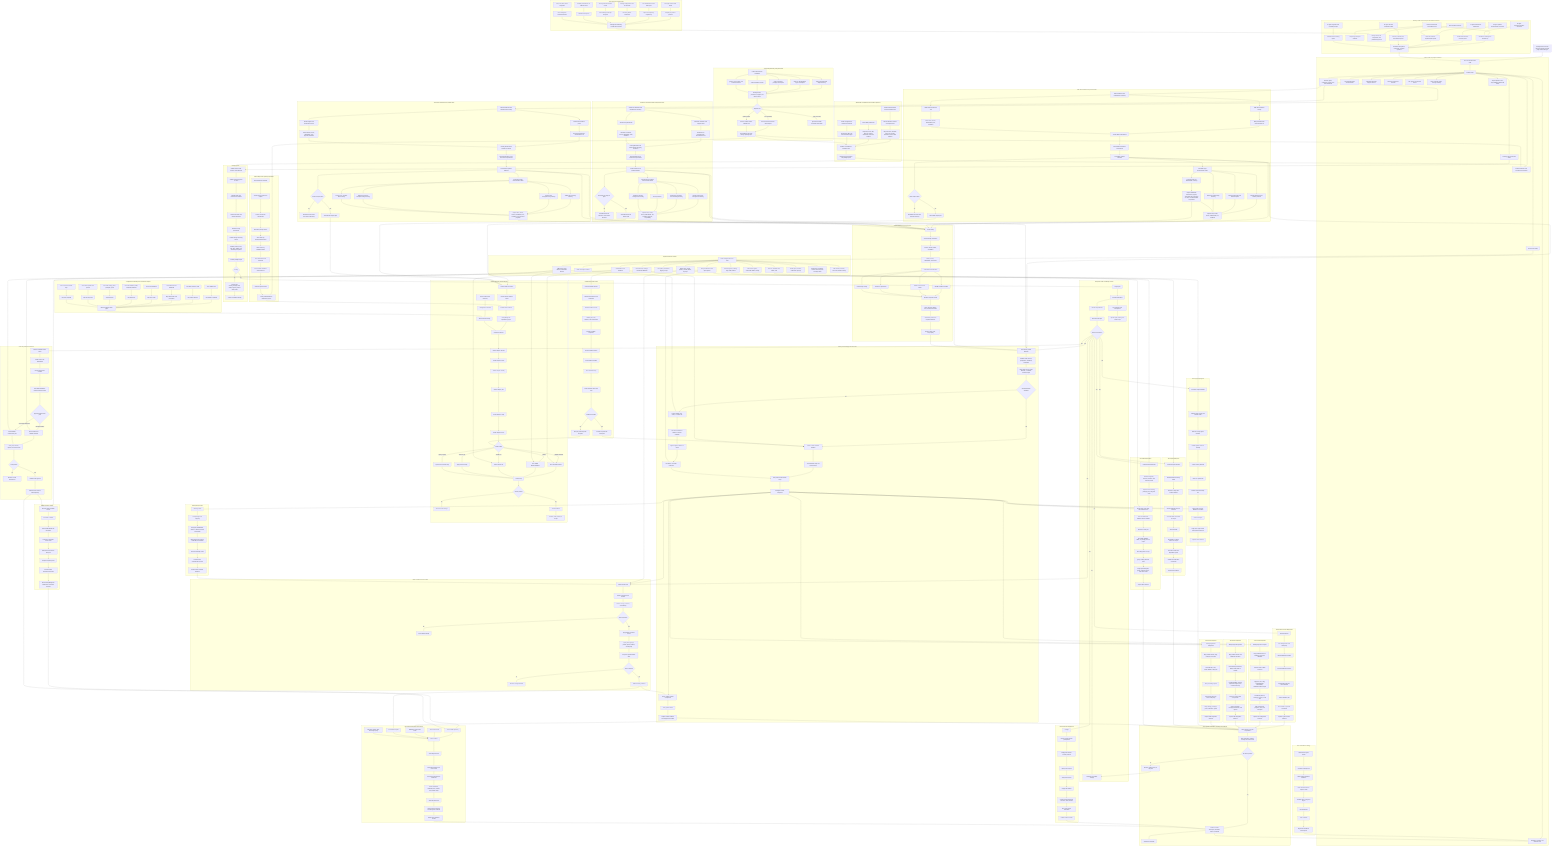
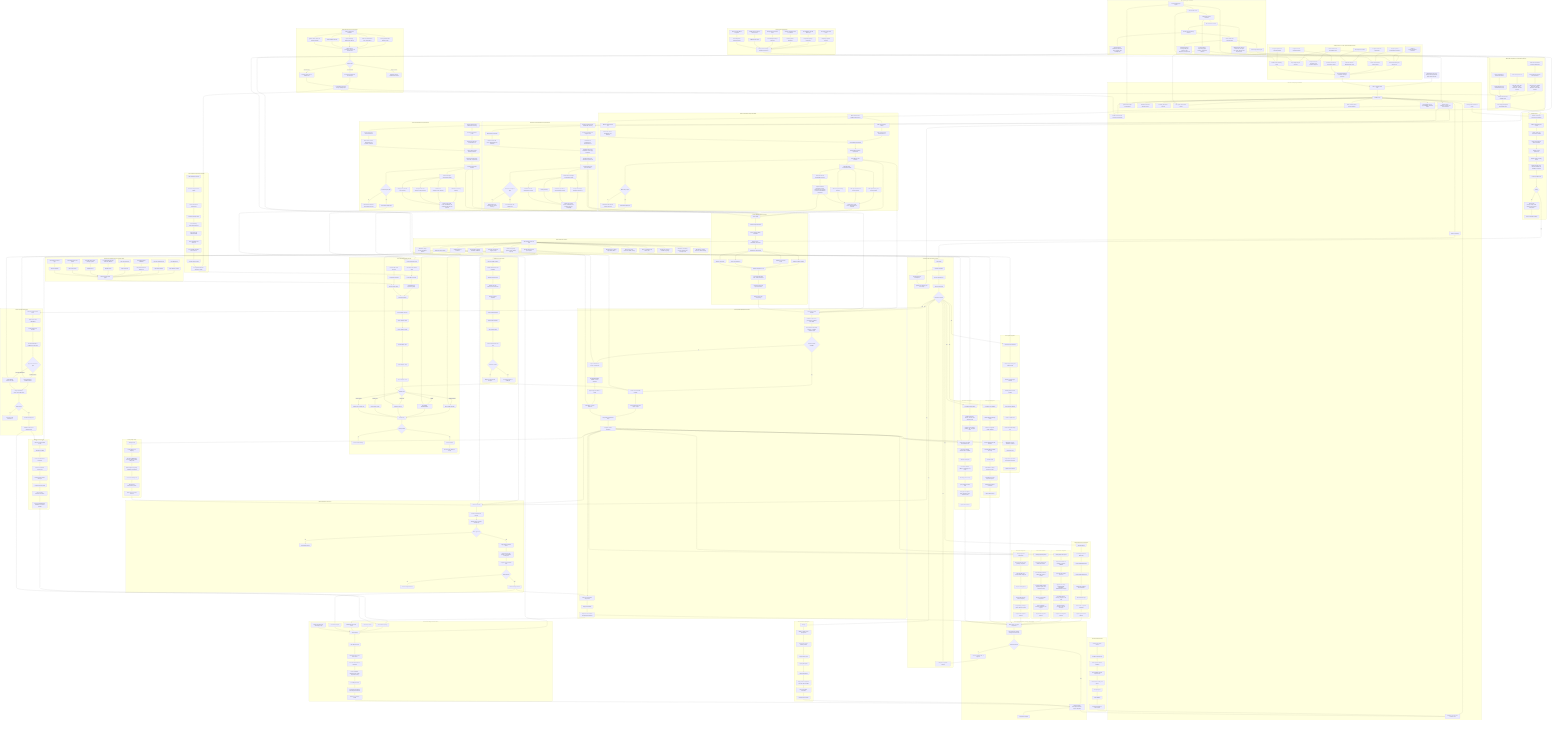
flowchart TD
    START["Management scale view<br/>z/OS provisioning and third-party software lifecycle"] --> CN["Linux or macOS control node"]

    subgraph WORKFORCE["Delivery model: one owner plus AI-assisted execution"]
        OWNER["Human architect and accountable owner"] --> BACKLOG["Architecture backlog and decision log"]
        OWNER --> PRIORITY["Scope triage and pilot selection"]
        OWNER --> REVIEW["Design review, risk acceptance, and production approval"]
        AG1["AI agent: repo/documentation maintainer"] --> BACKLOG
        AG2["AI agent: product documentation researcher"] --> DOCQUEUE["Vendor documentation research queue"]
        AG3["AI agent: Ansible role implementer"] --> ROLEQUEUE["Role and collection implementation queue"]
        AG4["AI agent: test and verification builder"] --> TESTQUEUE["Scenario, molecule, lint, and evidence queue"]
        AG5["AI agent: migration and unwinding analyst"] --> UNWINDQUEUE["Installed-state unwinding queue"]
        COPILOT["IDE completion assistant"] --> ROLEQUEUE
        BACKLOG --> DECISIONS["Recorded assumptions, constraints, and open questions"]
        DOCQUEUE --> DECISIONS
        ROLEQUEUE --> DECISIONS
        TESTQUEUE --> DECISIONS
        UNWINDQUEUE --> DECISIONS
    end

    subgraph CONTROL["Control node and project foundation"]
        CN --> AP["Ansible project"]
        AP --> INV["Inventory and environment model"]
        AP --> ROLES["Shared role catalog"]
        AP --> DATA["Product, region, subsystem, security, and clone definitions"]
        AP --> REPORT["Validation, reporting, and evidence roles"]
        AP --> DOCS["Synchronized design documentation"]
        AP --> DIAGS["Standalone Mermaid diagram sources"]
        AP --> GIT["Git history with atomic commits"]
        AP --> CI["Lint, syntax, and scenario checks"]
        AP --> SECRETS["Vault, credential, token, and key handling"]
        AP --> COLLECTIONS["Ansible collections and execution environments"]
        AP --> TEMPLATES["Jinja templates for JCL, SQL, PARMLIB, PROCLIB, RACF"]
+     end
+ 
+     subgraph GAPS["Top-to-bottom gap remediation"]
+         GAP1["Cross-document gap register"] --> GAP2["Pilot selection record"]
+         GAP2 --> GAP3["Artifact and schema foundation"]
+         GAP3 --> GAP4["IBM automation contract"]
+         GAP4 --> GAP5["Security and clone-factory decisions"]
+         GAP5 --> GAP6["Vendor intake and unwinding plan"]
+         GAP6 --> GAP7["Pilot design readiness gate"]
+         GAP3 --> GAP8["Product definition, dependency graph, evidence, and backout schemas"]
+         GAP4 --> GAP9["z/OSMF, Ansible collection, control-node, managed-node, CICS, IMS, Db2, and MQ decisions"]
+         GAP5 --> GAP10["Security backend abstraction, RACF-first clone template, z/VM capability map"]
+         GAP6 --> GAP11["Entitlement-backed inventory, BMC pilot evidence, OSS dispositions, sidequest rule"]
    end

    subgraph IBMDOCS["IBM Ansible and platform documentation gathering"]
        ID1["Gather Red Hat Ansible Content for IBM Z docs"] --> ID2["Record collection versions and requirements"]
        ID2 --> ID3["Map z/OS Core, z/OSMF, CICS, IMS, System Automation, and Z HMC modules"]
        ID4["Gather IBM product docs"] --> ID5["Map z/OS, CICS, IMS, Db2, MQ, System Automation, and z/VM surfaces"]
        ID6["Probe unsupported or unconfirmed surfaces"] --> ID7["Classify Db2, MQ, and z/VM automation gaps"]
        ID3 --> ID8["Platform and collection capability maps"]
        ID5 --> ID8
        ID7 --> ID8
        ID8 --> ID9["Role design prerequisites and preflight inputs"]
    end

    subgraph OSSDOCS["OSS tooling discovery and governance"]
        OSS1["Collect relevant OSS candidates"] --> OSS2["Feilong and IBM z/VM adjacent tooling"]
        OSS1 --> OSS3["Zowe CLI, API Mediation Layer, and Explorer"]
        OSS1 --> OSS4["zopen community packages and Git port"]
        OSS1 --> OSS5["Galasa validation harness"]
        OSS1 --> OSS6["py3270, x3270, s3270, and emulator watchlist"]
        OSS2 --> OSS7["Classify license, provenance, support, and internal owner"]
        OSS3 --> OSS7
        OSS4 --> OSS7
        OSS5 --> OSS7
        OSS6 --> OSS7
        OSS7 --> OSS8{"Adoption lane"}
        OSS8 -- "Core candidate" --> OSS9["Pin version and mirror into internal depot"]
        OSS8 -- "Optional helper" --> OSS10["Track as control-node or validation aid"]
        OSS8 -- "Risky or unclear" --> OSS11["Quarantine outside executable automation"]
        OSS9 --> OSS12["Feed platform and clone-factory capability maps"]
        OSS10 --> OSS12
    end

    subgraph ARCH["Target architecture surfaces"]
        ROLES --> ZOS["z/OS managed node over SSH"]
        ZOS --> ZOSMF["z/OSMF APIs and workflows"]
        ZOS --> ZOAU["ZOAU and Python runtime"]
        ZOS --> JES["JES job submission and spool capture"]
        ZOS --> MVS["MVS datasets, catalogs, PROCLIB, PARMLIB"]
        ZOS --> USS["USS paths, permissions, tagging, scripts"]
        ZOS --> SMPE["SMP/E CSI, target libraries, distribution libraries"]
        ZOS --> RACF["RACF users, groups, profiles, permits, OMVS, keyrings"]
        ZOS --> CICSAPI["CICS TS, CICSPlex SM, CMCI, CSD"]
        ZOS --> IMSAPI["IMS control regions, commands, DBRC, catalog"]
        ZOS --> DB2API["Db2 subsystems, catalog, SQL, BIND, utilities"]
        ZOS --> TCPIP["TCP/IP, ports, resolver, certificates, keyrings"]
        ZOS --> AUTO["Automation, scheduling, console command, and message hooks"]
        ZOS --> STORAGE["SMS classes, volumes, ACS rules, dataset naming"]
    end

    subgraph PREFLIGHT["Preflight checks"]
        INV --> PF1["Validate control node versions and collections"]
        PF1 --> PF2["Validate SSH and Python on z/OS"]
        PF2 --> PF3["Validate ZOAU and environment variables"]
        PF3 --> PF4["Gather z/OS facts and dataset standards"]
        PF4 --> PF5["Validate security permissions"]
        PF5 --> PF6["Validate storage and HLQ access"]
        PF6 --> PF7["Validate product, CICS, IMS, Db2, SMP/E, and z/OSMF prerequisites"]
        PF7 --> PF8["Produce preflight report"]
        PF8 --> PFGATE{"Ready?"}
        PFGATE -- "No" --> PFGAP["Report gaps<br/>security, storage, SSH, ZOAU, Python, product media, APIs"]
        PFGAP --> PFFOLLOW["Create remediation backlog"]
    end

    ID9 --> PF1
    ID9 --> COLLECTIONS
    OSS12 --> ID8
    OSS12 --> COLLECTIONS
    OSS12 --> DP10
+     GAP1 --> BACKLOG
+     GAP1 --> DOCS
+     GAP2 --> PRIORITY
+     GAP7 --> IN8
+     GAP8 --> DATA
+     GAP8 --> CI
+     GAP9 --> ID8
+     GAP9 --> PF1
+     GAP10 --> CL2
+     GAP10 --> R1
+     GAP11 --> DOCQUEUE
+     GAP11 --> UNWINDQUEUE

    subgraph INTAKE["Enterprise intake and design controls"]
        PFGATE -- "Yes" --> IN1["Stage inputs"]
        IN1 --> IN2["Normalize definitions"]
        IN2 --> IN3["Resolve dependencies"]
        IN3 --> IN4["Build execution plan"]
        IN4 --> IN5{"Approval to execute?"}
        IN5 -- "No" --> IN6["Hold plan and publish findings"]
        IN2 --> IN7["Tag unknowns and assumptions"]
        IN7 --> IN8["Split into pilot, backlog, and out-of-scope"]
    end

    subgraph ZOSMFCTRL["z/OSMF-first control model"]
        ZM1["Discover z/OSMF services"] --> ZM2["Validate authentication and certificates"]
        ZM2 --> ZM3["Validate workflow service"]
        ZM3 --> ZM4["Validate jobs, files, datasets, and console APIs"]
        ZM4 --> ZM5["Register workflow templates"]
        ZM5 --> ZM6["Create workflow instance"]
        ZM6 --> ZM7["Bind workflow variables"]
        ZM7 --> ZM8["Drive workflow steps"]
        ZM8 --> ZM9["Collect workflow status and logs"]
        ZM9 --> ZM10{"Workflow reusable?"}
        ZM10 -- "Yes" --> ZM11["Promote as preferred install path"]
        ZM10 -- "No" --> ZM12["Wrap as product-specific exception"]
    end

    subgraph PRODUCTMODEL["Product definition schema pressure"]
        PD1["Vendor family"] --> PD2["Product identity and aliases"]
        PD2 --> PD3["Version, release, FMIDs, SYSMODs"]
        PD3 --> PD4["Media, service, HOLDDATA, checksums"]
        PD4 --> PD5["Install method classification"]
        PD5 --> PD6["z/OSMF workflow variables"]
        PD5 --> PD7["SMP/E zones and CSI model"]
        PD5 --> PD8["Vendor JCL parameters"]
        PD5 --> PD9["Runtime-only overlay"]
        PD6 --> PD10["Runtime integration hooks"]
        PD7 --> PD10
        PD8 --> PD10
        PD9 --> PD10
        PD10 --> PD11["CICS, IMS, Db2, RACF, USS, TCP/IP, automation"]
        PD11 --> PD12["Verification probes and expected evidence"]
        PD12 --> PD13["Backout, hold, soak, accept policy"]
    end

    subgraph BMC["BMC documentation and product intake"]
        BMC1["BMC entitlement and installed-state inventory"] --> BMC2["BMC documentation catalog"]
        BMC1 --> BMC3["BMC Product Download Tool"]
        BMC2 --> BMC4["BMC product/version documentation set"]
        BMC3 --> BMC5["BMC media, service, HOLDDATA, tools, workflows"]
        BMC4 --> BMC6["Classify BMC install method"]
        BMC5 --> BMC6
        BMC6 --> BMC7["Extract BMC automation requirements"]
        BMC7 --> BMC8["Create BMC product definition"]
        BMC8 --> BMC9{"BMC ready for pilot?"}
        BMC9 -- "No" --> BMC10["Mark BMC unknowns and continue discovery"]
        BMC9 -- "Yes" --> BMC11["Select BMC adapter pilot"]
        BMC8 --> BMC12["First BMC target documentation intake"]
        BMC12 --> BMC13["AMI Ops Monitoring and monitor products"]
        BMC12 --> BMC14["AMI Ops Automation and licensed options"]
        BMC12 --> BMC15["AMI DevX product-family inventory"]
        BMC12 --> BMC17["Control-M suite and INCONTROL inventory"]
        BMC13 --> BMC16["Capture docs, media, service, HOLDDATA, JCL, workflows"]
        BMC14 --> BMC16
        BMC15 --> BMC16
        BMC17 --> BMC18["Capture distributed orchestration, agents, Automation API, Control-M for z/OS, and INCONTROL components"]
        BMC18 --> BMC16
    end

    subgraph BROADCOM["Broadcom CA documentation and product intake"]
        CA1["Broadcom entitlement and installed-state inventory"] --> CA2["Broadcom TechDocs and Support Portal"]
        CA1 --> CA3["Broadcom My Downloads"]
        CA2 --> CA4["Broadcom CA product/version documentation set"]
        CA3 --> CA5["Broadcom CA media, service, HOLDDATA, tools, workflows"]
        CA4 --> CA6["Classify Broadcom CA install method and legacy CA aliases"]
        CA5 --> CA6
        CA6 --> CA7["Extract Broadcom CA automation requirements"]
        CA7 --> CA8["Create Broadcom CA product definition"]
        CA8 --> CA9{"Broadcom CA ready for pilot?"}
        CA9 -- "No" --> CA10["Mark Broadcom CA unknowns and continue discovery"]
        CA9 -- "Yes" --> CA11["Select Broadcom CA adapter pilot"]
        CA8 --> CA12["First Broadcom CA target documentation intake"]
        CA12 --> CA13["DevOps and change-management inventory"]
        CA12 --> CA14["Automation, operations, and scheduling inventory"]
        CA12 --> CA15["Security inventory"]
        CA12 --> CA16["Database and data-management inventory"]
        CA13 --> CA17["Capture docs, media, service, HOLDDATA, JCL, workflows, lifecycle, compatibility"]
        CA14 --> CA17
        CA15 --> CA17
        CA16 --> CA17
    end

    subgraph ROCKET["Rocket documentation and product intake"]
        RK1["Rocket entitlement and installed-state inventory"] --> RK2["Rocket documentation portal"]
        RK1 --> RK3["Rocket support and download channels"]
        RK2 --> RK4["Rocket product/version documentation set"]
        RK3 --> RK5["Rocket media, service, HOLDDATA, USS payloads, workflows"]
        RK4 --> RK6["Classify Rocket install method and aliases"]
        RK5 --> RK6
        RK6 --> RK7["Extract Rocket MVS, USS, and runtime requirements"]
        RK7 --> RK8["Create Rocket product definition"]
        RK8 --> RK9{"Rocket ready for pilot?"}
        RK9 -- "No" --> RK10["Mark Rocket unknowns and continue discovery"]
        RK9 -- "Yes" --> RK11["Select Rocket adapter pilot"]
        RK8 --> RK12["First Rocket target documentation intake"]
        RK12 --> RK13["TMON and monitoring inventory"]
        RK12 --> RK14["Mainstar and storage/recovery inventory"]
        RK12 --> RK15["Enterprise Suite and developer tooling inventory"]
        RK12 --> RK16["Change, JCL, and data tools inventory"]
        RK13 --> RK17["Capture docs, media, service, HOLDDATA, JCL, workflows, USS and Java payloads"]
        RK14 --> RK17
        RK15 --> RK17
        RK16 --> RK17
    end

    subgraph VENDORLIFE["Generic third-party vendor lifecycle"]
        VD1["Vendor media and service"] --> VD2["Internal vendor software depot"]
        VD2 --> VD3["Product bill of materials"]
        VD3 --> VD4["Compatibility and dependency graph"]
        VD5["Current z/OS estate discovery"] --> VD6["Configuration unwinder"]
        VD6 --> VD7["Observed state catalog"]
        VD4 --> VD8["Deployment planner"]
        VD7 --> VD8
        VD8 --> VA1["Vendor adapter: discover"]
        VA1 --> VA2["Vendor adapter: intake"]
        VA2 --> VA3["Vendor adapter: classify"]
        VA3 --> VA4["Vendor adapter: plan"]
        VA4 --> VA5["Vendor adapter: stage"]
        VA5 --> VA6["Vendor adapter: check"]
        VA6 --> VA7{"Install method"}
        VA7 -- "z/OSMF workflow" --> VA8["Drive z/OSMF workflow"]
        VA7 -- "SMP/E" --> VA9["Run SMP/E RECEIVE/APPLY"]
        VA7 -- "Vendor JCL" --> VA10["Submit vendor JCL"]
        VA7 -- "Runtime only" --> VA11["Apply runtime overlay"]
        VA7 -- "Legacy capture" --> VA12["Capture and normalize only"]
        VA8 --> VA13["Vendor verify"]
        VA9 --> VA13
        VA10 --> VA13
        VA11 --> VA13
        VA12 --> VA13
        VA13 --> VA14{"Vendor passed?"}
        VA14 -- "No" --> VA15["Recover vendor change"]
        VA14 -- "Yes" --> VA16["Vendor evidence"]
        VA16 --> VA17["Promote, hold, rollback, or accept"]
    end

    subgraph DEPOT["Internal depot and repository operations"]
        DP1["Raw entitlement download"] --> DP2["Checksum and provenance capture"]
        DP2 --> DP3["License and access classification"]
        DP3 --> DP4["Normalize package names"]
        DP4 --> DP5["Store media by vendor/product/version"]
        DP5 --> DP6["Store service by APAR/PTF/build"]
        DP6 --> DP7["Store HOLDDATA and advisories"]
        DP7 --> DP8["Store z/OSMF workflows and vendor JCL"]
        DP8 --> DP9["Generate depot manifest"]
        DP9 --> DP10["Feed product BOM and dependency graph"]
    end

    subgraph UNWIND["Configuration unwinding and current-state capture"]
        UW1["Scan SMP/E CSIs"] --> UW2["Map FMIDs to products"]
        UW3["Scan APF, LINKLIST, LPA"] --> UW4["Map runtime libraries"]
        UW5["Scan PROCLIB and PARMLIB"] --> UW6["Map started tasks and parameters"]
        UW7["Scan CICS definitions"] --> UW8["Map CICS hooks"]
        UW9["Scan IMS PROCLIB, DBD, PSB, ACB, RECON"] --> UW10["Map IMS hooks"]
        UW11["Scan Db2 catalog, plans, packages, grants"] --> UW12["Map Db2 hooks"]
        UW13["Scan RACF profiles and permits"] --> UW14["Map security hooks"]
        UW15["Scan USS trees and file tags"] --> UW16["Map USS payloads"]
        UW2 --> UW17["Observed product state graph"]
        UW4 --> UW17
        UW6 --> UW17
        UW8 --> UW17
        UW10 --> UW17
        UW12 --> UW17
        UW14 --> UW17
        UW16 --> UW17
    end

    subgraph VENDORDEPLOY["Vendor product deployment execution"]
        VP1["Load vendor product definition"] --> VP2["Validate media, license, prerequisites, workflows, and FMIDs"]
        VP2 --> VP3["Stage media to USS, MVS datasets, or z/OSMF workflow inputs"]
        VP3 --> VP4{"z/OSMF workflow available?"}
        VP4 -- "Yes" --> VP5["Create or drive z/OSMF workflow"]
        VP4 -- "No" --> VP6["Prepare SMP/E CSI, zones, or vendor JCL"]
        VP5 --> VP7["Track workflow steps and capture output"]
        VP6 --> VP8["Run RECEIVE/APPLY CHECK or vendor validation"]
        VP8 --> VP9["Approval gate for APPLY or install"]
        VP9 --> VP10["Run APPLY or vendor install JCL"]
        VP7 --> VP11["Run product customization steps"]
        VP10 --> VP11
        VP11 --> VP12["Configure runtime integration"]
        VP12 --> VP13["Start or refresh product components"]
        VP13 --> VP14["Verify product status"]
        VP14 --> VP15["Capture vendor evidence and deployment manifest"]
    end

    subgraph SHAREDZOS["Shared z/OS services deployment"]
        SZ1["Allocate datasets"] --> SZ2["Set catalog aliases and SMS policy"]
        SZ2 --> SZ3["Render PARMLIB members"]
        SZ3 --> SZ4["Render PROCLIB members"]
        SZ4 --> SZ5["Update APF, LINKLIST, LPA candidates"]
        SZ5 --> SZ6["Submit validation jobs"]
        SZ6 --> SZ7["Issue refresh or operator commands"]
        SZ7 --> SZ8["Capture system-service evidence"]
    end

    subgraph CICS["CICS region deployment"]
        C1["Load CICS region definition"] --> C2["Validate region naming and dataset model"]
        C2 --> C3["Allocate or verify region datasets"]
        C3 --> C4["Initialize global and local catalogs"]
        C4 --> C5["Create auxiliary datasets"]
        C5 --> C6["Create or update CSD"]
        C6 --> C7["Render and install startup JCL"]
        C7 --> C8["Apply CMCI resource definitions if enabled"]
        C8 --> C9["Start CICS region"]
        C9 --> C10["Verify CICS region status and expected resources"]
        C10 --> C11["Capture CICS evidence"]
    end

    subgraph CICSINTEG["CICS vendor integration"]
        CI1["Identify target CICS regions"] --> CI2["Map product libraries to DFHRPL or dynamic LIBRARY"]
        CI2 --> CI3["Generate CSD or BAS resources"]
        CI3 --> CI4["Apply PLT, SIT, TDQ, TCPIPSERVICE, PROGRAM, TRANSACTION changes"]
        CI4 --> CI5["Coordinate phase-in, newcopy, recycle, or cold start"]
        CI5 --> CI6["Verify transactions, programs, exits, and messages"]
        CI6 --> CI7["Capture CICS integration evidence"]
    end

    subgraph IMS["IMS region deployment"]
        I1["Load IMS region definition"] --> I2["Validate IMSID and library model"]
        I2 --> I3["Allocate or verify IMS runtime datasets"]
        I3 --> I4["Render PROCLIB and JCL members"]
        I4 --> I5["Generate DBDs and PSBs if in scope"]
        I5 --> I6["Generate ACBs"]
        I6 --> I7["Run DBRC or catalog actions if in scope"]
        I7 --> I8["Start IMS control and dependent regions"]
        I8 --> I9["Submit IMS verification commands"]
        I9 --> I10["Capture IMS evidence"]
    end

    subgraph IMSINTEG["IMS vendor integration"]
        II1["Identify target IMS systems"] --> II2["Map product libraries and PROCLIB members"]
        II2 --> II3["Generate IMS parameters, DBDs, PSBs, ACBs if needed"]
        II3 --> II4["Coordinate DBRC, catalog, dependent regions, and command security"]
        II4 --> II5["Recycle or refresh IMS components"]
        II5 --> II6["Verify commands, messages, databases, and regions"]
        II6 --> II7["Capture IMS integration evidence"]
    end

    subgraph DB2["Db2 artifact deployment"]
        D1["Load Db2 artifact definition"] --> D2["Validate subsystem, schema, collection, and authority model"]
        D2 --> D3["Capture current catalog, package, plan, and grant state"]
        D3 --> D4["Render SQL, bind, utility, and verification JCL"]
        D4 --> D5["Run non-destructive validation where available"]
        D5 --> D6["Run DDL or DCL jobs"]
        D6 --> D7["Run BIND, REBIND, FREE, or package jobs if in scope"]
        D7 --> D8["Run utility jobs if in scope"]
        D8 --> D9["Query catalog and bind state"]
        D9 --> D10["Verify expected objects, grants, packages, plans, and return codes"]
        D10 --> D11["Capture Db2 evidence"]
    end

    subgraph DB2INTEG["Db2 vendor integration"]
        DI1["Identify target Db2 subsystems"] --> DI2["Map product libraries, SQL, packages, and plans"]
        DI2 --> DI3["Generate DDL, DCL, BIND, GRANT, utility jobs"]
        DI3 --> DI4["Run pre-catalog capture"]
        DI4 --> DI5["Execute Db2 jobs with return-code policy"]
        DI5 --> DI6["Verify catalog, packages, plans, collections, grants"]
        DI6 --> DI7["Capture Db2 integration evidence"]
    end

    subgraph RACFCTL["RACF maintenance and control"]
        R1["RACF desired state"] --> R2["Render commands and backout"]
        R2 --> R3["Validate naming, collisions, and authority"]
        R3 --> R4{"RACF approved?"}
        R4 -- "No" --> R5["Report RACF findings"]
        R4 -- "Yes" --> R6["Apply RACF command stream"]
        R6 --> R7["Query users, groups, profiles, permits, OMVS, and keyrings"]
        R7 --> R8["Compare expected RACF state"]
        R8 --> R9{"RACF matched?"}
        R9 -- "No" --> R10["Recover or flag RACF drift"]
        R9 -- "Yes" --> R11["Publish security evidence"]
    end

    subgraph SECURITYDESIGN["Security design scope"]
        SD1["Authority model"] --> SD2["Least-privilege role mapping"]
        SD2 --> SD3["Surrogate, OPERCMDS, FACILITY, dataset, started-task profiles"]
        SD3 --> SD4["OMVS segments, keyrings, certificates, PassTickets"]
        SD4 --> SD5["Clone-local identity model"]
        SD5 --> SD6["Disconnected authentication posture"]
        SD6 --> SD7["Audit evidence and drift detection"]
    end

    subgraph MAINT["z/OS and product maintenance"]
        M1["Discover installed service levels"] --> M2["Intake service and HOLDDATA"]
        M2 --> M3["Create maintenance manifest"]
        M3 --> M4["Run RECEIVE/APPLY CHECK and hold review"]
        M4 --> M5{"Approved maintenance path"}
        M5 -- "z/OSMF workflow" --> M6["Drive maintenance z/OSMF workflow"]
        M5 -- "Generated SMP/E JCL" --> M7["Submit SMP/E maintenance jobs"]
        M6 --> M8["Verify CSI, libraries, reports, and runtime state"]
        M7 --> M8
        M8 --> M9{"Soak passed?"}
        M9 -- "No" --> M10["Recover or hold maintenance"]
        M9 -- "Yes" --> M11["ACCEPT with approval"]
        M11 --> M12["Publish service level to SMP repository"]
    end

    subgraph SMPEFACTORY["SMP/E repository factory"]
        SF1["Receive vendor and IBM service"] --> SF2["Run APPLY CHECK"]
        SF2 --> SF3["Review HOLDDATA and exceptions"]
        SF3 --> SF4["Promote to controlled service level"]
        SF4 --> SF5["Build canonical CSI and library set"]
        SF5 --> SF6["Snapshot repository state"]
        SF6 --> SF7["Emit cloneable maintenance baseline"]
        SF7 --> SF8["Record compatibility with middleware and vendor products"]
    end

    subgraph FULLENV["Full environment deployment"]
        F1["Preflight"] --> F2["Install or update vendor prerequisites"]
        F2 --> F3["Deploy base vendor runtime products"]
        F3 --> F4["Deploy CICS regions"]
        F4 --> F5["Deploy IMS regions"]
        F5 --> F6["Deploy Db2 artifacts"]
        F6 --> F7["Deploy vendor integrations into CICS, IMS, and Db2"]
        F7 --> F8["Run cross-system verification"]
        F8 --> F9["Publish evidence bundle"]
    end

    subgraph CLONE["Disconnected VM guest clone factory"]
        CL1["Internal SMP repository"] --> CL2["Clone manifest"]
        CL3["z/OS service levels"] --> CL2
        CL4["Middleware and vendor levels"] --> CL2
        CL5["Local RACF template"] --> CL2
        CL6["VM guest network, disk, and storage policy"] --> CL2
        CL2 --> CL7["Plan VM guest clone"]
        CL7 --> CL8["Materialize datasets and USS content"]
        CL8 --> CL9["Generate local RACF and certificates"]
        CL9 --> CL10["Render PARMLIB, PROCLIB, JES, TCP/IP, and product config"]
        CL10 --> CL11["Boot VM guest clone"]
        CL11 --> CL12["Verify local-only authority and subsystem readiness"]
        CL12 --> CL13["Publish clone evidence bundle"]
    end

    subgraph TESTING["Test and evidence strategy"]
        T1["Static lint and syntax checks"] --> T2["Template rendering tests"]
        T2 --> T3["Offline product-definition validation"]
        T3 --> T4["Mock z/OSMF and JES response tests"]
        T4 --> T5["Sandbox z/OS or VM guest dry run"]
        T5 --> T6["Pilot deployment"]
        T6 --> T7["Soak validation"]
        T7 --> T8["Regression bundle for future agents"]
    end

    subgraph RISK["Scale and risk communication"]
        K1["No single vendor install model"] --> K2["Adapter-per-product pressure"]
        K3["No established universal SMP repos"] --> K4["Depot and repository engineering"]
        K5["Existing configuration must be unwound"] --> K6["Discovery before automation"]
        K7["Security and disconnected clones"] --> K8["Local authority model per VM guest"]
        K9["z/OSMF preferred but not sufficient alone"] --> K10["Fallbacks still required"]
        K11["CICS, IMS, Db2, RACF integration"] --> K12["Cross-subsystem verification burden"]
        K2 --> K13["Management takeaway: feasible but enormous"]
        K4 --> K13
        K6 --> K13
        K8 --> K13
        K10 --> K13
        K12 --> K13
    end

    subgraph VERIFY["Cross-system verification, recovery, and evidence"]
        X1["Start, refresh, or recycle components"] --> X2["Verify subsystem, product, security, and service state"]
        X2 --> X3{"All checks passed?"}
        X3 -- "No" --> X4["Recover, rollback, hold, or flag drift"]
        X3 -- "Yes" --> X5["Evidence bundle<br/>JES output, manifests, reports, snapshots"]
        X5 --> X6["Deployment complete"]
    end

    DECISIONS --> CN
    DATA --> BMC1
    DATA --> CA1
    DATA --> RK1
    BMC11 --> VD1
    CA11 --> VD1
    RK11 --> VD1
    BMC8 --> VP1
    CA8 --> VP1
    RK8 --> VP1
    BMC8 --> PD1
    BMC16 --> PD1
    BMC18 --> PD1
    CA8 --> PD1
    CA17 --> PD1
    RK8 --> PD1
    RK17 --> PD1
    DP10 --> VD3
    UW17 --> VD7
    PD13 --> VP1

    IN5 -- "Yes" --> VP1
    IN5 -- "Yes" --> SZ1
    IN5 -- "Yes" --> C1
    IN5 -- "Yes" --> I1
    IN5 -- "Yes" --> D1
    IN5 -- "Yes" --> R1
    IN5 -- "Yes" --> M1
    IN5 -- "Yes" --> F1

    ZOSMF --> VA8
    ZOSMF --> VP5
    ZOSMF --> M6
    ZOSMF --> ZM1
    SMPE --> VA9
    SMPE --> VP6
    SMPE --> M7
    SMPE --> SF1
    JES --> VA10
    JES --> VP10
    JES --> D4
    RACF --> R1
    CICSAPI --> C1
    IMSAPI --> I1
    DB2API --> D1

    ZM11 --> VP5
    ZM12 --> VA7
    VP12 --> C8
    VP12 --> I4
    VP12 --> D4
    VP12 --> R1
    VP12 --> CI1
    VP12 --> II1
    VP12 --> DI1
    VP12 --> SD1
    SZ8 --> X1
    CI7 --> X1
    II7 --> X1
    DI7 --> X1
    SD7 --> R1
    R11 --> VP13
    C11 --> X1
    I10 --> X1
    D11 --> X1
    VP15 --> X1
    M12 --> SF1
    SF8 --> CL1
    M12 --> CL1
    VP15 --> CL4
    R11 --> CL5
    F9 --> X5
    CL13 --> X5
    T8 --> REPORT
    K13 --> REVIEW

    X4 --> IN6
    X5 --> REPORT
